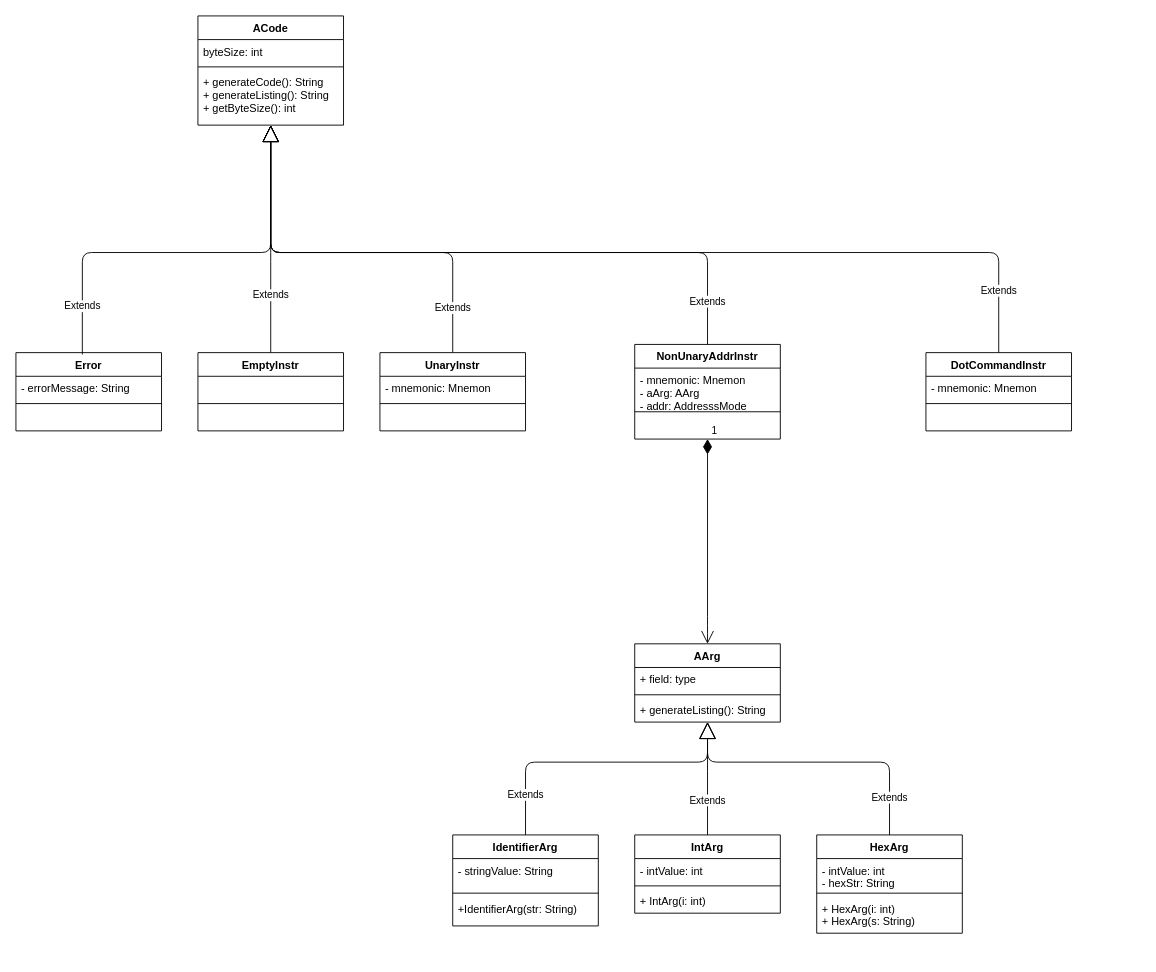
This is page "Instructions UML" (3 of 5) of docs/diagrams/Pep9Assembler.drawio from zackthomas1/Pep9Assembler, a draw.io file, before an edit. Source tidied: cells renumbered, new cells numbered last; positions are measured from the earlier drawing's top-left corner, leaving out a move shared by most shapes. Both pictures are drawn from the tidied source at 91%, with x=0, y=0 at pixel (15, 15).
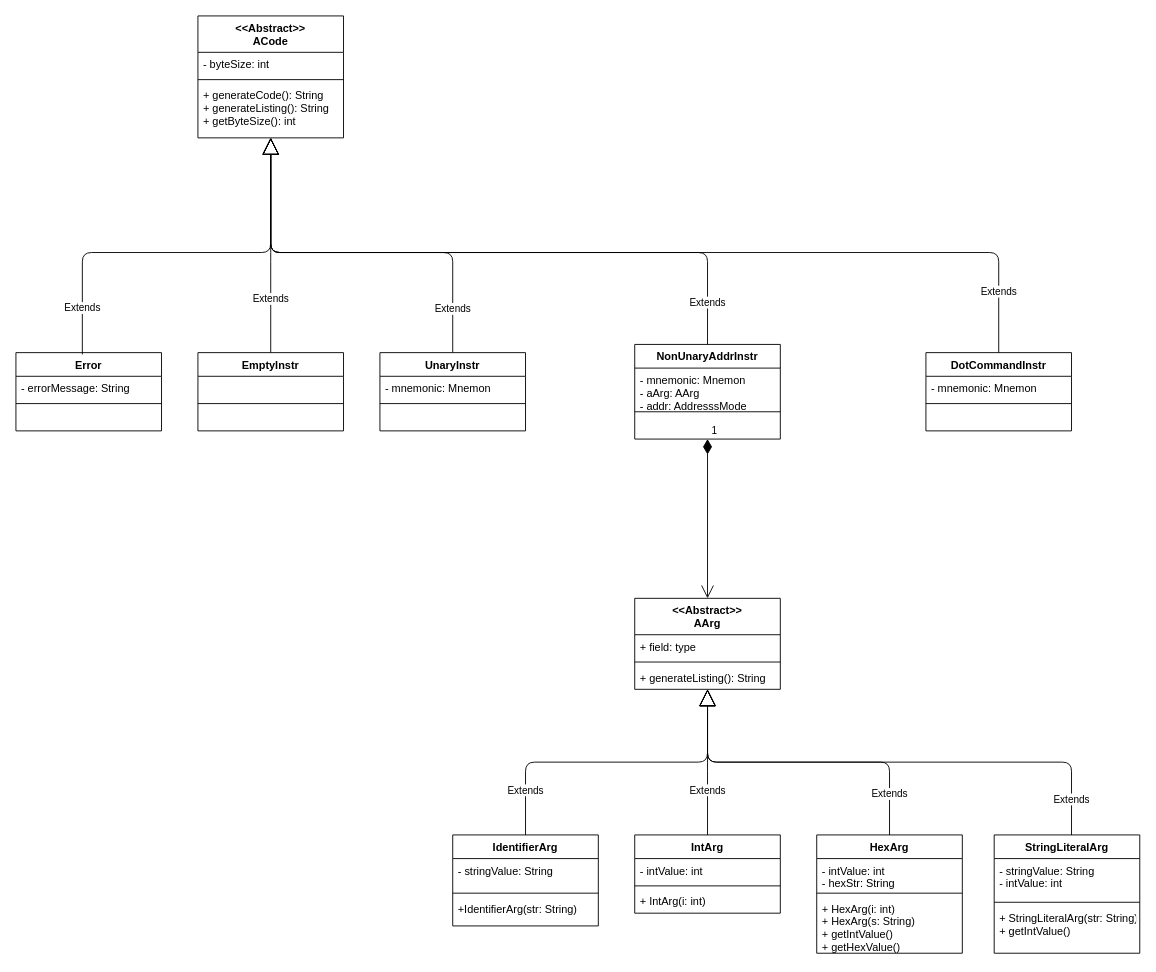
Above is the later version.

Unchanged cells that the change refers to:
```xml
<mxCell id="21" value="NonUnaryAddrInstr" style="swimlane;fontStyle=1;align=center;verticalAlign=top;horizontal=1;startSize=26;" parent="1" vertex="1">
  <mxGeometry x="680" y="361" width="160" height="104" as="geometry" />
</mxCell>
<mxCell id="24" value="  " style="text;strokeColor=none;fillColor=none;align=left;verticalAlign=top;spacingLeft=4;spacingRight=4;overflow=hidden;points=[[0,0.5],[1,0.5]];portConstraint=eastwest;" parent="21" vertex="1">
  <mxGeometry y="78" width="160" height="26" as="geometry" />
</mxCell>
```

The edit, as a diff of the source:
```diff
@@
-    <mxCell id="2" value="ACode" style="swimlane;fontStyle=1;align=center;verticalAlign=top;horizontal=1;startSize=26;" parent="1" vertex="1">
-      <mxGeometry x="200" width="160" height="120" as="geometry" />
+    <mxCell id="2" value="&lt;&lt;Abstract&gt;&gt;&#10;ACode" style="swimlane;fontStyle=1;align=center;verticalAlign=top;horizontal=1;startSize=40;" parent="1" vertex="1">
+      <mxGeometry x="200" width="160" height="134" as="geometry" />
     </mxCell>
-    <mxCell id="3" value="byteSize: int" style="text;strokeColor=none;fillColor=none;align=left;verticalAlign=top;spacingLeft=4;spacingRight=4;overflow=hidden;" parent="2" vertex="1">
-      <mxGeometry y="26" width="160" height="26" as="geometry" />
+    <mxCell id="3" value="- byteSize: int" style="text;strokeColor=none;fillColor=none;align=left;verticalAlign=top;spacingLeft=4;spacingRight=4;overflow=hidden;" parent="2" vertex="1">
+      <mxGeometry y="40" width="160" height="26" as="geometry" />
     </mxCell>
     <mxCell id="4" style="line;strokeWidth=1;fillColor=none;align=left;verticalAlign=middle;spacingTop=-1;spacingLeft=3;spacingRight=3;labelPosition=right;" parent="2" vertex="1">
-      <mxGeometry y="52" width="160" height="8" as="geometry" />
+      <mxGeometry y="66" width="160" height="8" as="geometry" />
     </mxCell>
     <mxCell id="5" value="+ generateCode(): String&#10;+ generateListing(): String&#10;+ getByteSize(): int" style="text;strokeColor=none;fillColor=none;align=left;verticalAlign=top;spacingLeft=4;spacingRight=4;overflow=hidden;points=[[0,0.5],[1,0.5]];portConstraint=eastwest;" parent="2" vertex="1">
-      <mxGeometry y="60" width="160" height="60" as="geometry" />
+      <mxGeometry y="74" width="160" height="60" as="geometry" />
     </mxCell>
@@
-    <mxCell id="31" value="AArg" style="swimlane;fontStyle=1;align=center;verticalAlign=top;horizontal=1;startSize=26;" parent="1" vertex="1">
-      <mxGeometry x="680" y="690" width="160" height="86" as="geometry" />
+    <mxCell id="31" value="&lt;&lt;Abstract&gt;&gt;&#10;AArg" style="swimlane;fontStyle=1;align=center;verticalAlign=top;horizontal=1;startSize=40;" parent="1" vertex="1">
+      <mxGeometry x="680" y="640" width="160" height="100" as="geometry" />
     </mxCell>
     <mxCell id="32" value="+ field: type" style="text;strokeColor=none;fillColor=none;align=left;verticalAlign=top;spacingLeft=4;spacingRight=4;overflow=hidden;" parent="31" vertex="1">
-      <mxGeometry y="26" width="160" height="26" as="geometry" />
+      <mxGeometry y="40" width="160" height="26" as="geometry" />
     </mxCell>
     <mxCell id="33" style="line;strokeWidth=1;fillColor=none;align=left;verticalAlign=middle;spacingTop=-1;spacingLeft=3;spacingRight=3;labelPosition=right;" parent="31" vertex="1">
-      <mxGeometry y="52" width="160" height="8" as="geometry" />
+      <mxGeometry y="66" width="160" height="8" as="geometry" />
     </mxCell>
     <mxCell id="34" value="+ generateListing(): String" style="text;strokeColor=none;fillColor=none;align=left;verticalAlign=top;spacingLeft=4;spacingRight=4;overflow=hidden;points=[[0,0.5],[1,0.5]];portConstraint=eastwest;" parent="31" vertex="1">
-      <mxGeometry y="60" width="160" height="26" as="geometry" />
+      <mxGeometry y="74" width="160" height="26" as="geometry" />
     </mxCell>
@@
     <mxCell id="45" value="HexArg" style="swimlane;fontStyle=1;align=center;verticalAlign=top;horizontal=1;startSize=26;" parent="1" vertex="1">
-      <mxGeometry x="880" y="900" width="160" height="108" as="geometry" />
+      <mxGeometry x="880" y="900" width="160" height="130" as="geometry" />
     </mxCell>
@@
-    <mxCell id="48" value="+ HexArg(i: int) &#10;+ HexArg(s: String)" style="text;strokeColor=none;fillColor=none;align=left;verticalAlign=top;spacingLeft=4;spacingRight=4;overflow=hidden;" parent="45" vertex="1">
-      <mxGeometry y="68" width="160" height="40" as="geometry" />
+    <mxCell id="48" value="+ HexArg(i: int) &#10;+ HexArg(s: String)&#10;+ getIntValue()&#10;+ getHexValue()" style="text;strokeColor=none;fillColor=none;align=left;verticalAlign=top;spacingLeft=4;spacingRight=4;overflow=hidden;" parent="45" vertex="1">
+      <mxGeometry y="68" width="160" height="62" as="geometry" />
     </mxCell>
@@
-    <mxCell id="50" value="1" style="endArrow=open;html=1;endSize=12;startArrow=diamondThin;startSize=14;startFill=1;edgeStyle=orthogonalEdgeStyle;align=left;verticalAlign=bottom;entryX=0.5;entryY=0;entryDx=0;entryDy=0;" parent="1" edge="1" source="24" target="31">
-      <mxGeometry x="-1" y="3" relative="1" as="geometry">
-        <Array as="points">
-          <mxPoint x="760" y="670" />
-        </Array>
-      </mxGeometry>
+    <mxCell id="50" value="1" style="endArrow=open;html=1;endSize=12;startArrow=diamondThin;startSize=14;startFill=1;edgeStyle=orthogonalEdgeStyle;align=left;verticalAlign=bottom;entryX=0.5;entryY=0;entryDx=0;entryDy=0;" parent="1" edge="1" source="21" target="31">
+      <mxGeometry x="-1" y="3" relative="1" as="geometry" />
     </mxCell>
+    <mxCell id="51" value="StringLiteralArg" style="swimlane;fontStyle=1;align=center;verticalAlign=top;horizontal=1;startSize=26;" parent="1" vertex="1">
+      <mxGeometry x="1075" y="900" width="160" height="130" as="geometry" />
+    </mxCell>
+    <mxCell id="52" value="- stringValue: String&#10;- intValue: int" style="text;strokeColor=none;fillColor=none;align=left;verticalAlign=top;spacingLeft=4;spacingRight=4;overflow=hidden;" parent="51" vertex="1">
+      <mxGeometry y="26" width="160" height="44" as="geometry" />
+    </mxCell>
+    <mxCell id="53" style="line;strokeWidth=1;fillColor=none;align=left;verticalAlign=middle;spacingTop=-1;spacingLeft=3;spacingRight=3;labelPosition=right;" parent="51" vertex="1">
+      <mxGeometry y="70" width="160" height="8" as="geometry" />
+    </mxCell>
+    <mxCell id="54" value="+ StringLiteralArg(str: String)&#10;+ getIntValue()" style="text;strokeColor=none;fillColor=none;align=left;verticalAlign=top;spacingLeft=4;spacingRight=4;overflow=hidden;" parent="51" vertex="1">
+      <mxGeometry y="78" width="160" height="52" as="geometry" />
+    </mxCell>
+    <mxCell id="55" value="Extends" style="endArrow=block;endSize=16;endFill=0;html=1;" parent="1" edge="1" target="34">
+      <mxGeometry x="-0.86" relative="1" as="geometry">
+        <mxPoint x="1160" y="900" as="sourcePoint" />
+        <Array as="points">
+          <mxPoint x="1160" y="820" />
+          <mxPoint x="760" y="820" />
+        </Array>
+      </mxGeometry>
+    </mxCell>
```
